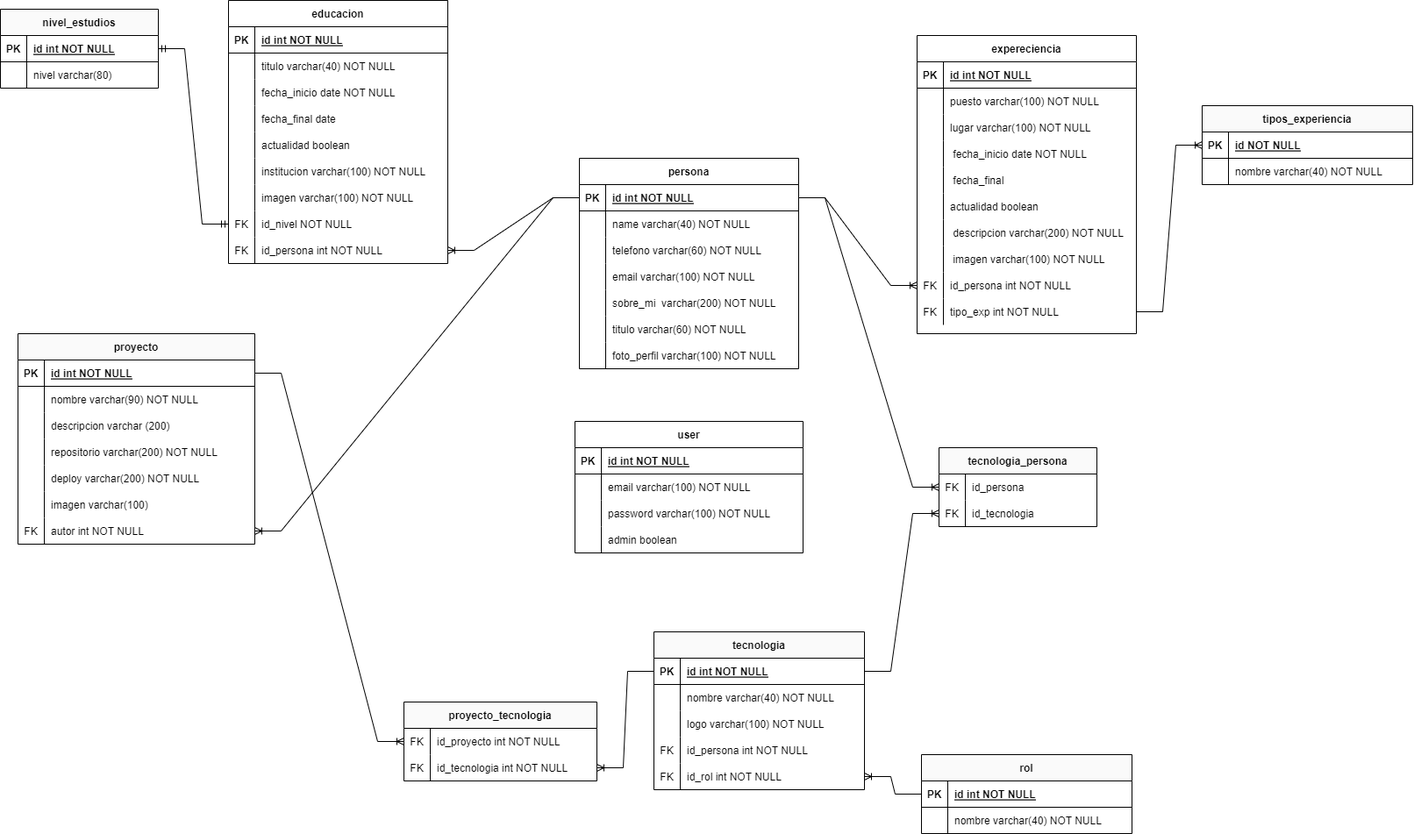
The draw.io diagram DER-Portfolio-Backend.drawio.png in C4fesit0/portfolio-BackEnd, before a commit. Source tidied: cells renumbered, new cells last; positions are measured from the earlier drawing's top-left corner, leaving out a move shared by most shapes.
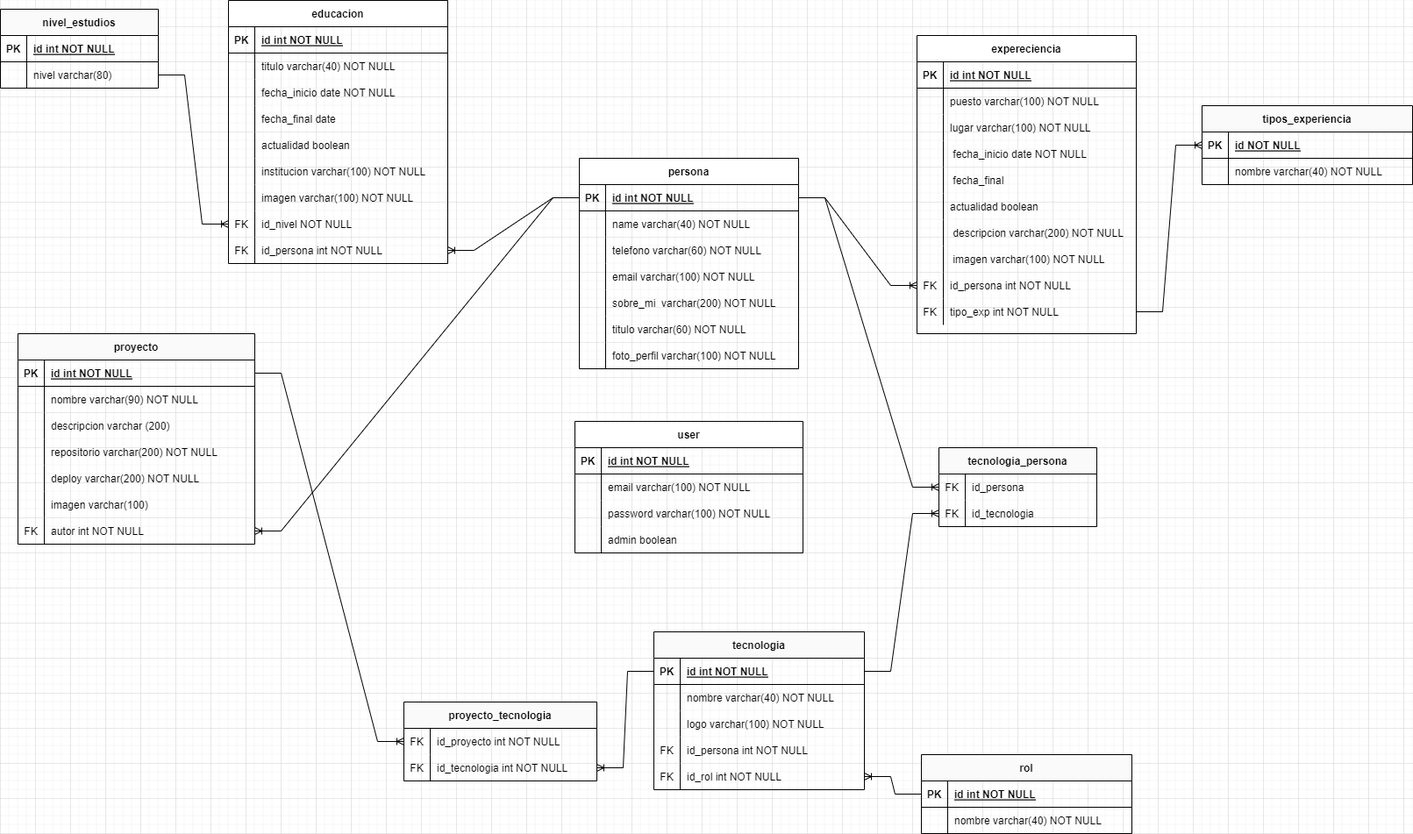
After the change.

The edit, as a diff of the source:
```diff
@@ -365,9 +365,6 @@
     <mxCell id="122" value="nivel varchar(80)" style="shape=partialRectangle;fillColor=none;top=0;left=0;bottom=0;right=0;align=left;spacingLeft=6;overflow=hidden;shadow=0;" parent="120" vertex="1">
       <mxGeometry x="30" width="150" height="30" as="geometry" />
     </mxCell>
-    <mxCell id="123" style="edgeStyle=entityRelationEdgeStyle;fontSize=12;html=1;endArrow=ERmandOne;startArrow=ERmandOne;rounded=0;entryX=1;entryY=0.5;entryDx=0;entryDy=0;exitX=0;exitY=0.5;exitDx=0;exitDy=0;" parent="1" edge="1" source="109" target="117">
-      <mxGeometry relative="1" as="geometry" />
-    </mxCell>
     <mxCell id="124" value="proyecto" style="shape=table;startSize=30;rowLines=0;fontStyle=1;align=center;shadow=0;fillColor=#FAFAFA;" parent="1" vertex="1">
       <mxGeometry x="20" y="380" width="270" height="240" as="geometry" />
     </mxCell>
@@ -533,5 +530,8 @@
     <mxCell id="178" value="admin boolean" style="shape=partialRectangle;fillColor=none;top=0;left=0;bottom=0;right=0;align=left;spacingLeft=6;overflow=hidden;" parent="176" vertex="1">
       <mxGeometry x="30" width="230" height="30" as="geometry" />
     </mxCell>
+    <mxCell id="179" style="edgeStyle=entityRelationEdgeStyle;fontSize=12;html=1;endArrow=ERoneToMany;rounded=0;exitX=1;exitY=0.5;exitDx=0;exitDy=0;entryX=0;entryY=0.5;entryDx=0;entryDy=0;" parent="1" edge="1" source="120" target="109">
+      <mxGeometry relative="1" as="geometry" />
+    </mxCell>
   </root>
 </mxGraphModel>
```
